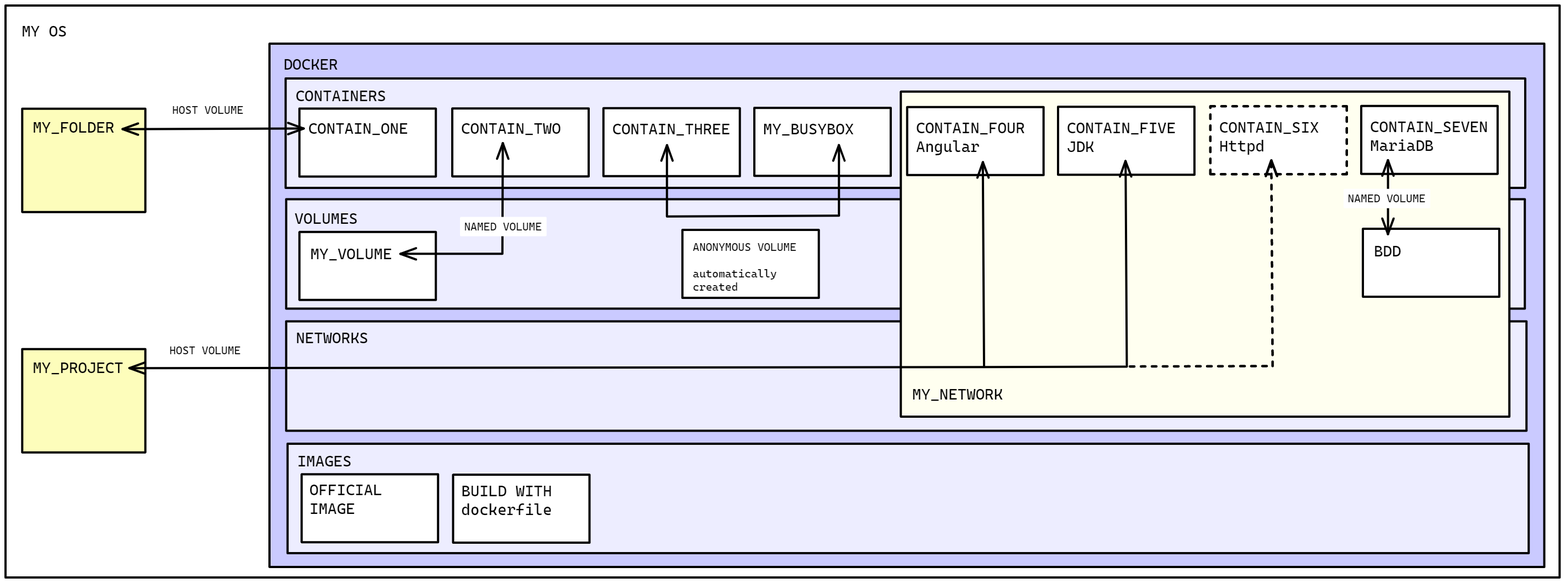
This is docker_explained.png from joliDigi/notes_cours, a Excalidraw export, as it was before one commit. Source tidied: one line per element, renumbered; positions are measured from the earlier drawing's top-left corner, leaving out a move shared by most shapes.
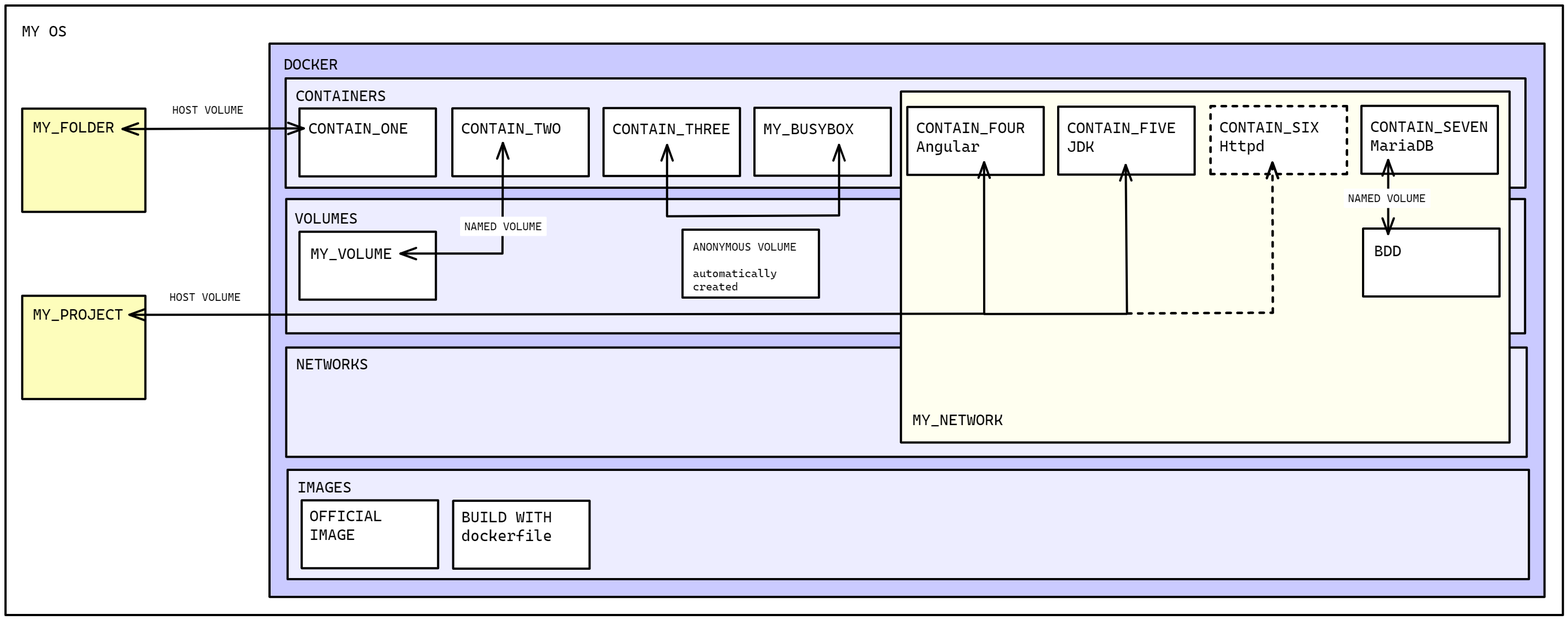
After the commit.

Commit message:
volumes gained clarity

The edit, as a diff of the source:
```diff
@@ -1,40 +1,40 @@
-{"id": 0, "type": "rectangle", "strokeColor": "#000000", "backgroundColor": "#fff", "fillStyle": "solid", "strokeWidth": 4, "roughness": 0, "x": 0, "y": 0, "width": 2814, "height": 1035}
+{"id": 0, "type": "rectangle", "strokeColor": "#000000", "backgroundColor": "#fff", "fillStyle": "solid", "strokeWidth": 4, "roughness": 0, "x": 0, "y": 0, "width": 2820, "height": 1104}
-{"id": 1, "type": "rectangle", "strokeColor": "#000000", "backgroundColor": "#cacaff", "fillStyle": "solid", "strokeWidth": 4, "roughness": 0, "x": 478, "y": 69, "width": 2308, "height": 947}
+{"id": 1, "type": "rectangle", "strokeColor": "#000000", "backgroundColor": "#cacaff", "fillStyle": "solid", "strokeWidth": 4, "roughness": 0, "x": 478, "y": 69, "width": 2308, "height": 1002}
 {"id": 2, "type": "rectangle", "strokeColor": "#000000", "backgroundColor": "#ededff", "fillStyle": "solid", "strokeWidth": 4, "roughness": 0, "x": 507, "y": 132, "width": 2245, "height": 198}
-{"id": 3, "type": "rectangle", "strokeColor": "#000000", "backgroundColor": "#ededff", "fillStyle": "solid", "strokeWidth": 4, "roughness": 0, "x": 511, "y": 793, "width": 2248, "height": 198}
+{"id": 3, "type": "rectangle", "strokeColor": "#000000", "backgroundColor": "#ededff", "fillStyle": "solid", "strokeWidth": 4, "roughness": 0, "x": 511, "y": 841, "width": 2248, "height": 198}
-{"id": 4, "type": "rectangle", "strokeColor": "#000000", "backgroundColor": "#ededff", "fillStyle": "solid", "strokeWidth": 4, "roughness": 0, "x": 508, "y": 572, "width": 2246, "height": 198}
+{"id": 4, "type": "rectangle", "strokeColor": "#000000", "backgroundColor": "#ededff", "fillStyle": "solid", "strokeWidth": 4, "roughness": 0, "x": 508, "y": 620, "width": 2246, "height": 198}
 {"id": 5, "type": "text", "text": "MY OS", "strokeColor": "#000000", "strokeWidth": 4, "roughness": 0, "fontSize": 28, "fontFamily": 3, "x": 29, "y": 29, "width": 83, "height": 34}
 {"id": 6, "type": "text", "text": "DOCKER", "strokeColor": "#000000", "strokeWidth": 4, "roughness": 0, "fontSize": 28, "fontFamily": 3, "x": 503, "y": 89, "width": 99, "height": 34}
-{"id": 7, "type": "rectangle", "strokeColor": "#000000", "backgroundColor": "#fff", "fillStyle": "solid", "strokeWidth": 4, "roughness": 0, "x": 536, "y": 848, "width": 247, "height": 123}
+{"id": 7, "type": "rectangle", "strokeColor": "#000000", "backgroundColor": "#fff", "fillStyle": "solid", "strokeWidth": 4, "roughness": 0, "x": 536, "y": 896, "width": 247, "height": 123}
-{"id": 8, "type": "text", "text": "OFFICIAL\nIMAGE", "strokeColor": "#000000", "strokeWidth": 4, "roughness": 0, "fontSize": 28, "fontFamily": 3, "x": 551, "y": 859, "width": 131, "height": 68}
+{"id": 8, "type": "text", "text": "OFFICIAL\nIMAGE", "strokeColor": "#000000", "strokeWidth": 4, "roughness": 0, "fontSize": 28, "fontFamily": 3, "x": 551, "y": 907, "width": 131, "height": 68}
-{"id": 9, "type": "rectangle", "strokeColor": "#000000", "backgroundColor": "#ededff", "fillStyle": "solid", "strokeWidth": 4, "roughness": 0, "x": 508, "y": 351, "width": 2243, "height": 198}
+{"id": 9, "type": "rectangle", "strokeColor": "#000000", "backgroundColor": "#ededff", "fillStyle": "solid", "strokeWidth": 4, "roughness": 0, "x": 508, "y": 351, "width": 2243, "height": 243}
 {"id": 10, "type": "rectangle", "strokeColor": "#000000", "backgroundColor": "#fff", "fillStyle": "solid", "strokeWidth": 4, "roughness": 0, "x": 532, "y": 410, "width": 247, "height": 123}
 {"id": 11, "type": "text", "text": "MY_VOLUME", "strokeColor": "#000000", "strokeWidth": 4, "roughness": 0, "fontSize": 28, "fontFamily": 3, "x": 552, "y": 432, "width": 149, "height": 34}
 {"id": 12, "type": "text", "text": "VOLUMES", "strokeColor": "#000000", "strokeWidth": 4, "roughness": 0, "fontSize": 28, "fontFamily": 3, "x": 523, "y": 368, "width": 116, "height": 34}
-{"id": 13, "type": "text", "text": "NETWORKS", "strokeColor": "#000000", "strokeWidth": 4, "roughness": 0, "fontSize": 28, "fontFamily": 3, "x": 526, "y": 584, "width": 132, "height": 34}
+{"id": 13, "type": "text", "text": "NETWORKS", "strokeColor": "#000000", "strokeWidth": 4, "roughness": 0, "fontSize": 28, "fontFamily": 3, "x": 526, "y": 632, "width": 132, "height": 34}
-{"id": 14, "type": "text", "text": "IMAGES", "strokeColor": "#000000", "strokeWidth": 4, "roughness": 0, "fontSize": 28, "fontFamily": 3, "x": 528, "y": 807, "width": 99, "height": 34}
+{"id": 14, "type": "text", "text": "IMAGES", "strokeColor": "#000000", "strokeWidth": 4, "roughness": 0, "fontSize": 28, "fontFamily": 3, "x": 528, "y": 855, "width": 99, "height": 34}
 {"id": 15, "type": "rectangle", "strokeColor": "#000000", "backgroundColor": "#fdfdbb", "fillStyle": "solid", "strokeWidth": 4, "roughness": 0, "x": 30, "y": 187, "width": 223, "height": 187}
-{"id": 16, "type": "rectangle", "strokeColor": "#000000", "backgroundColor": "#fdfdbb", "fillStyle": "solid", "strokeWidth": 4, "roughness": 0, "x": 30, "y": 622, "width": 223, "height": 187}
+{"id": 16, "type": "rectangle", "strokeColor": "#000000", "backgroundColor": "#fdfdbb", "fillStyle": "solid", "strokeWidth": 4, "roughness": 0, "x": 30, "y": 526, "width": 223, "height": 187}
-{"id": 17, "type": "rectangle", "strokeColor": "#000000", "backgroundColor": "#fffff0", "fillStyle": "solid", "strokeWidth": 4, "roughness": 0, "x": 1621, "y": 156, "width": 1102, "height": 588}
+{"id": 17, "type": "rectangle", "strokeColor": "#000000", "backgroundColor": "#fffff0", "fillStyle": "solid", "strokeWidth": 4, "roughness": 0, "x": 1621, "y": 156, "width": 1102, "height": 636}
 {"id": 18, "type": "rectangle", "strokeColor": "#000000", "backgroundColor": "#fff", "fillStyle": "solid", "strokeWidth": 4, "roughness": 0, "x": 532, "y": 187, "width": 247, "height": 123}
 {"id": 19, "type": "rectangle", "strokeColor": "#000000", "backgroundColor": "#fff", "fillStyle": "solid", "strokeWidth": 4, "roughness": 0, "x": 809, "y": 186, "width": 247, "height": 123}
 {"id": 20, "type": "rectangle", "strokeColor": "#000000", "backgroundColor": "#fff", "fillStyle": "solid", "strokeWidth": 4, "roughness": 0, "x": 1083, "y": 186, "width": 247, "height": 123}
 {"id": 21, "type": "rectangle", "strokeColor": "#000000", "backgroundColor": "#fff", "fillStyle": "solid", "strokeWidth": 4, "roughness": 0, "x": 1356, "y": 185, "width": 247, "height": 123}
 {"id": 22, "type": "rectangle", "strokeColor": "#000000", "backgroundColor": "#fff", "fillStyle": "solid", "strokeWidth": 4, "roughness": 0, "x": 1226, "y": 406, "width": 247, "height": 123}
-{"id": 23, "type": "rectangle", "strokeColor": "#000000", "backgroundColor": "#fff", "fillStyle": "solid", "strokeWidth": 4, "roughness": 0, "x": 811, "y": 849, "width": 247, "height": 123}
+{"id": 23, "type": "rectangle", "strokeColor": "#000000", "backgroundColor": "#fff", "fillStyle": "solid", "strokeWidth": 4, "roughness": 0, "x": 811, "y": 897, "width": 247, "height": 123}
 {"id": 24, "type": "text", "text": "HOST VOLUME", "strokeColor": "#000000", "strokeWidth": 4, "roughness": 0, "fontSize": 20, "fontFamily": 3, "x": 302, "y": 177, "width": 130, "height": 24}
-{"id": 25, "type": "text", "text": "HOST VOLUME", "strokeColor": "#000000", "strokeWidth": 4, "roughness": 0, "fontSize": 20, "fontFamily": 3, "x": 297, "y": 612, "width": 130, "height": 24}
+{"id": 25, "type": "text", "text": "HOST VOLUME", "strokeColor": "#000000", "strokeWidth": 4, "roughness": 0, "fontSize": 20, "fontFamily": 3, "x": 297, "y": 516, "width": 130, "height": 24}
 {"id": 26, "type": "text", "text": "ANONYMOUS VOLUME\n\nautomatically\ncreated", "strokeColor": "#000000", "strokeWidth": 4, "roughness": 0, "fontSize": 20, "fontFamily": 3, "x": 1244, "y": 425, "width": 188, "height": 96}
 {"id": 27, "type": "arrow", "strokeColor": "#000000", "strokeWidth": 4, "roughness": 0, "startArrowhead": "arrow", "endArrowhead": "arrow", "from": 38, "to": 11, "x": 901, "y": 249, "width": 185, "height": 200, "points": [[0, 0], [-1, 200], [-185, 200]]}
 {"id": 28, "type": "rectangle", "strokeColor": "#fff", "backgroundColor": "#fff", "fillStyle": "solid", "strokeWidth": 4, "roughness": 0, "x": 825, "y": 384, "width": 153, "height": 31}
 {"id": 29, "type": "text", "text": "NAMED VOLUME", "strokeColor": "#000000", "strokeWidth": 4, "roughness": 0, "fontSize": 20, "fontFamily": 3, "x": 830, "y": 388, "width": 142, "height": 24}
-{"id": 30, "type": "text", "text": "MY_NETWORK", "strokeColor": "#000000", "strokeWidth": 4, "roughness": 0, "fontSize": 28, "fontFamily": 3, "x": 1642, "y": 686, "width": 165, "height": 34}
+{"id": 30, "type": "text", "text": "MY_NETWORK", "strokeColor": "#000000", "strokeWidth": 4, "roughness": 0, "fontSize": 28, "fontFamily": 3, "x": 1642, "y": 733, "width": 165, "height": 34}
 {"id": 31, "type": "rectangle", "strokeColor": "#000000", "backgroundColor": "#fff", "fillStyle": "solid", "strokeWidth": 4, "roughness": 0, "x": 1633, "y": 184, "width": 247, "height": 123}
 {"id": 32, "type": "rectangle", "strokeColor": "#000000", "backgroundColor": "#fff", "fillStyle": "solid", "strokeWidth": 4, "strokeStyle": "dashed", "roughness": 0, "x": 2182, "y": 182, "width": 247, "height": 123}
 {"id": 33, "type": "rectangle", "strokeColor": "#000000", "backgroundColor": "#fff", "fillStyle": "solid", "strokeWidth": 4, "roughness": 0, "x": 1906, "y": 183, "width": 247, "height": 123}
 {"id": 34, "type": "rectangle", "strokeColor": "#000000", "backgroundColor": "#fff", "fillStyle": "solid", "strokeWidth": 4, "roughness": 0, "x": 2455, "y": 182, "width": 247, "height": 123}
 {"id": 35, "type": "arrow", "strokeColor": "#000000", "strokeWidth": 4, "roughness": 0, "startArrowhead": "arrow", "endArrowhead": "arrow", "from": 39, "to": 40, "x": 1198, "y": 253, "width": 311, "height": 129, "points": [[0, 0], [0, 129], [311, 127], [311, 0]]}
-{"id": 36, "type": "text", "text": "BUILD WITH\ndockerfile", "strokeColor": "#000000", "strokeWidth": 4, "roughness": 0, "fontSize": 28, "fontFamily": 3, "x": 825, "y": 861, "width": 165, "height": 68}
+{"id": 36, "type": "text", "text": "BUILD WITH\ndockerfile", "strokeColor": "#000000", "strokeWidth": 4, "roughness": 0, "fontSize": 28, "fontFamily": 3, "x": 825, "y": 909, "width": 165, "height": 68}
 {"id": 37, "type": "text", "text": "CONTAIN_ONE", "strokeColor": "#000000", "strokeWidth": 4, "roughness": 0, "fontSize": 28, "fontFamily": 3, "x": 548, "y": 205, "width": 181, "height": 34}
 {"id": 38, "type": "text", "text": "CONTAIN_TWO", "strokeColor": "#000000", "strokeWidth": 4, "roughness": 0, "fontSize": 28, "fontFamily": 3, "x": 825, "y": 205, "width": 181, "height": 34}
 {"id": 39, "type": "text", "text": "CONTAIN_THREE", "strokeColor": "#000000", "strokeWidth": 4, "roughness": 0, "fontSize": 28, "fontFamily": 3, "x": 1099, "y": 206, "width": 214, "height": 34}
@@ -44,14 +44,14 @@
 {"id": 43, "type": "text", "text": "CONTAIN_FIVE\nJDK", "strokeColor": "#000000", "strokeWidth": 4, "roughness": 0, "fontSize": 28, "fontFamily": 3, "x": 1922, "y": 204, "width": 197, "height": 68}
 {"id": 44, "type": "text", "text": "CONTAIN_SEVEN\nMariaDB", "strokeColor": "#000000", "strokeWidth": 4, "strokeStyle": "dashed", "roughness": 0, "fontSize": 28, "fontFamily": 3, "x": 2471, "y": 202, "width": 213, "height": 68}
 {"id": 45, "type": "text", "text": "MY_FOLDER", "strokeColor": "#000000", "strokeWidth": 4, "roughness": 0, "fontSize": 28, "fontFamily": 3, "x": 49, "y": 203, "width": 149, "height": 34}
-{"id": 46, "type": "text", "text": "MY_PROJECT", "strokeColor": "#000000", "strokeWidth": 4, "roughness": 0, "fontSize": 28, "fontFamily": 3, "x": 49, "y": 638, "width": 165, "height": 34}
+{"id": 46, "type": "text", "text": "MY_PROJECT", "strokeColor": "#000000", "strokeWidth": 4, "roughness": 0, "fontSize": 28, "fontFamily": 3, "x": 49, "y": 542, "width": 165, "height": 34}
 {"id": 47, "type": "text", "text": "CONTAINERS", "strokeColor": "#000000", "strokeWidth": 4, "roughness": 0, "fontSize": 28, "fontFamily": 3, "x": 525, "y": 146, "width": 165, "height": 34}
 {"id": 48, "type": "arrow", "strokeColor": "#000", "backgroundColor": "#fff", "fillStyle": "solid", "strokeWidth": 4, "roughness": 0, "startArrowhead": "arrow", "endArrowhead": "arrow", "from": 37, "to": 45, "x": 540, "y": 223, "width": 328, "height": 1, "points": [[0, 0], [-328, 1]]}
 {"id": 49, "type": "rectangle", "strokeColor": "#000000", "backgroundColor": "#fff", "fillStyle": "solid", "strokeWidth": 4, "roughness": 0, "x": 2458, "y": 404, "width": 247, "height": 123}
 {"id": 50, "type": "text", "text": "BDD", "strokeColor": "#000000", "strokeWidth": 4, "roughness": 0, "fontSize": 28, "fontFamily": 3, "x": 2478, "y": 427, "width": 50, "height": 34}
-{"id": 51, "type": "arrow", "strokeColor": "#000", "backgroundColor": "#fff", "fillStyle": "solid", "strokeWidth": 4, "roughness": 0, "startArrowhead": "arrow", "endArrowhead": "arrow", "from": 46, "to": 41, "x": 224, "y": 656, "width": 1547, "height": 373, "points": [[0, 0], [1547, -2], [1545, -373]]}
+{"id": 51, "type": "arrow", "strokeColor": "#000", "backgroundColor": "#fff", "fillStyle": "solid", "strokeWidth": 4, "roughness": 0, "startArrowhead": "arrow", "endArrowhead": "arrow", "from": 46, "to": 41, "x": 224, "y": 560, "width": 1547, "height": 276, "points": [[0, 0], [1547, -2], [1547, -276]]}
-{"id": 52, "type": "arrow", "strokeColor": "#000", "backgroundColor": "#fff", "fillStyle": "solid", "strokeWidth": 4, "roughness": 0, "endArrowhead": "arrow", "to": 43, "x": 1772, "y": 654, "width": 258, "height": 373, "points": [[0, 0], [258, -1], [256, -373]]}
+{"id": 52, "type": "arrow", "strokeColor": "#000", "backgroundColor": "#fff", "fillStyle": "solid", "strokeWidth": 4, "roughness": 0, "endArrowhead": "arrow", "x": 1772, "y": 559, "width": 259, "height": 270, "points": [[0, 0], [259, 0], [256, -270]]}
-{"id": 53, "type": "arrow", "strokeColor": "#000", "backgroundColor": "#fff", "fillStyle": "solid", "strokeWidth": 4, "strokeStyle": "dashed", "roughness": 0, "endArrowhead": "arrow", "to": 42, "x": 2036, "y": 653, "width": 258, "height": 373, "points": [[0, 0], [258, -1], [256, -373]]}
+{"id": 53, "type": "arrow", "strokeColor": "#000", "backgroundColor": "#fff", "fillStyle": "solid", "strokeWidth": 4, "strokeStyle": "dashed", "roughness": 0, "endArrowhead": "arrow", "to": 42, "x": 2031, "y": 558, "width": 264, "height": 273, "points": [[0, 0], [264, -1], [263, -273]]}
 {"id": 54, "type": "arrow", "strokeColor": "#000", "backgroundColor": "#fff", "fillStyle": "solid", "strokeWidth": 4, "roughness": 0, "startArrowhead": "arrow", "endArrowhead": "arrow", "from": 50, "to": 44, "x": 2503, "y": 414, "width": 0, "height": 134, "points": [[0, 0], [0, -134]]}
 {"id": 55, "type": "rectangle", "strokeColor": "#fff", "backgroundColor": "#fff", "fillStyle": "solid", "strokeWidth": 4, "roughness": 0, "x": 2425, "y": 334, "width": 153, "height": 31}
 {"id": 56, "type": "text", "text": "NAMED VOLUME", "strokeColor": "#000000", "strokeWidth": 4, "roughness": 0, "fontSize": 20, "fontFamily": 3, "x": 2431, "y": 337, "width": 142, "height": 24}
```
